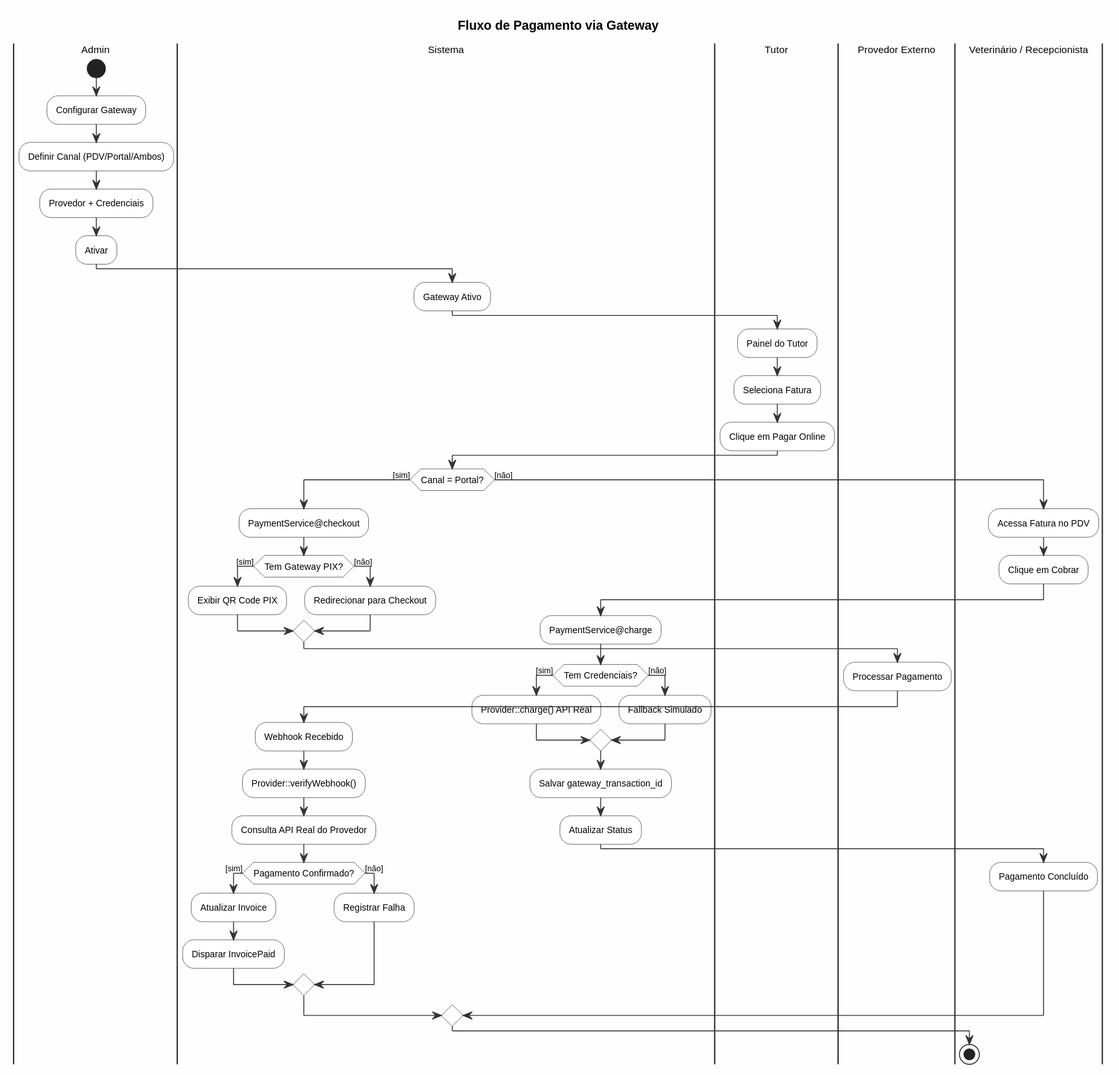
Earlier version of the PlantUML export resources/docs/diagrams/32-fluxo-pagamento-gateway.svg (hlmitecnologia/vetessence).
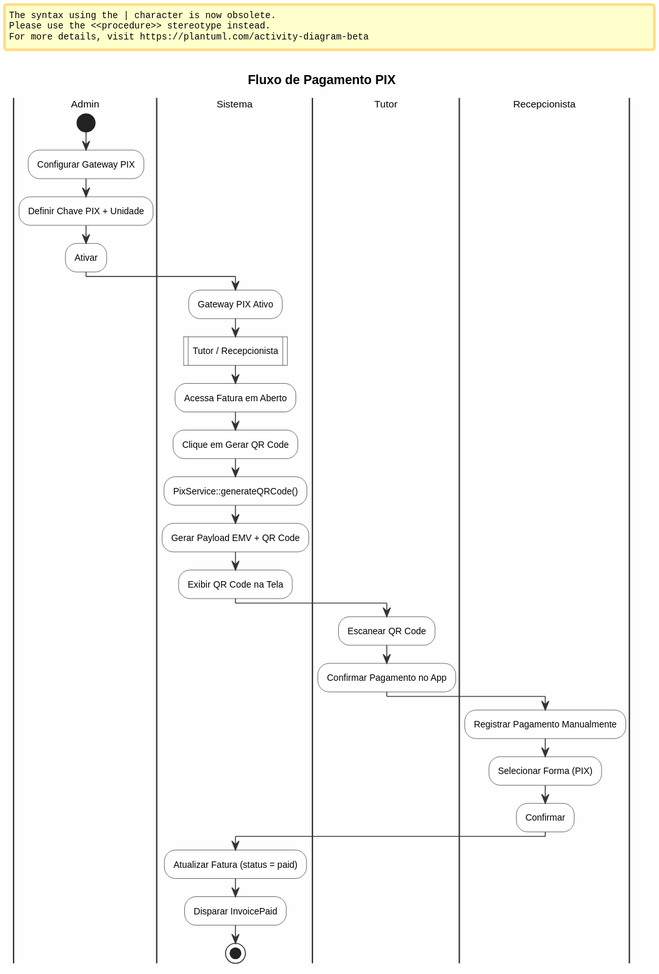
The same file after the commit.

Commit message:
Docs: gateway PIX only + NF Webmania/NFE.io; diagrama atualizado; manuais do usuário e técnico revisados

What changed in the source:
```diff
@@ -1,59 +1,38 @@
 @startuml
 !include _common.puml
 
-title Fluxo de Pagamento via Gateway
+title Fluxo de Pagamento PIX
 
 |Admin|
 start
-:Configurar Gateway;
-:Definir Canal (PDV/Portal/Ambos);
-:Provedor + Credenciais;
+:Configurar Gateway PIX;
+:Definir Chave PIX + Unidade;
 :Ativar;
 
 |Sistema|
-:Gateway Ativo;
+:Gateway PIX Ativo;
+
+:Tutor / Recepcionista|
+:Acessa Fatura em Aberto;
+:Clique em Gerar QR Code;
+
+|Sistema|
+:PixService::generateQRCode();
+:Gerar Payload EMV + QR Code;
+:Exibir QR Code na Tela;
 
 |Tutor|
-:Painel do Tutor;
-:Seleciona Fatura;
-:Clique em Pagar Online;
+:Escanear QR Code;
+:Confirmar Pagamento no App;
+
+|Recepcionista|
+:Registrar Pagamento Manualmente;
+:Selecionar Forma (PIX);
+:Confirmar;
 
 |Sistema|
-if (Canal = Portal?) then ([sim])
-  :PaymentService@checkout;
-  if (Tem Gateway PIX?) then ([sim])
-    :Exibir QR Code PIX;
-  else ([não])
-    :Redirecionar para Checkout;
-  endif
-  |Provedor Externo|
-  :Processar Pagamento;
-  |Sistema|
-  :Webhook Recebido;
-  :Provider::verifyWebhook();
-  :Consulta API Real do Provedor;
-  if (Pagamento Confirmado?) then ([sim])
-    :Atualizar Invoice;
-    :Disparar InvoicePaid;
-  else ([não])
-    :Registrar Falha;
-  endif
-else ([não])
-  |Veterinário / Recepcionista|
-  :Acessa Fatura no PDV;
-  :Clique em Cobrar;
-  |Sistema|
-  :PaymentService@charge;
-  if (Tem Credenciais?) then ([sim])
-    :Provider::charge() API Real;
-  else ([não])
-    :Fallback Simulado;
-  endif
-  :Salvar gateway_transaction_id;
-  :Atualizar Status;
-  |Veterinário / Recepcionista|
-  :Pagamento Concluído;
-endif
+:Atualizar Fatura (status = paid);
+:Disparar InvoicePaid;
 
 stop
 @enduml
```
